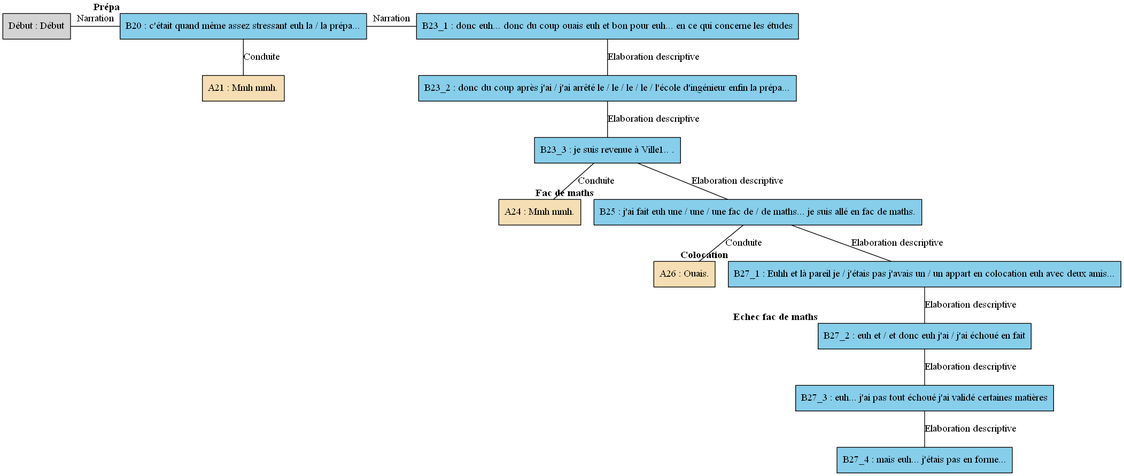
Earlier version of the Graphviz export arbres/Nord/Nord_-_A04.gv.png (AlaixComet/AnnotationSlamPTut). Its source is kept beside it as arbres/Nord/Nord_-_A04.gv.
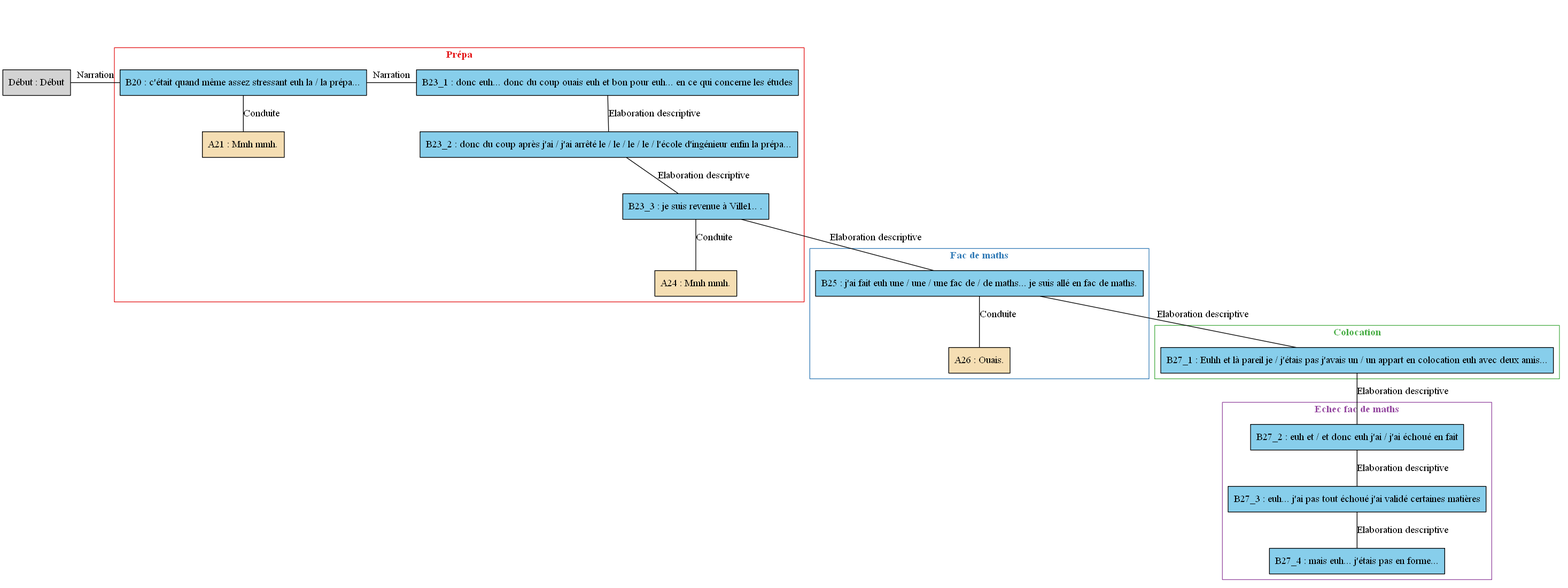
Above is the later version.

Diff of the diagram source:
```diff
@@ -1,38 +1,69 @@
 digraph A04 {
 	node [shape=box style=filled]
-	"Début" [label="Début : Début" xlabel=""]
-	B20 [label="B20 : c'était quand même assez stressant euh la / la prépa..." fillcolor=skyblue xlabel=<<B>Prépa</B>>]
-	A21 [label="A21 : Mmh mmh." fillcolor=wheat xlabel=""]
-	B23_1 [label="B23_1 : donc euh... donc du coup ouais euh et bon pour euh... en ce qui concerne les études" fillcolor=skyblue xlabel=""]
-	B23_2 [label="B23_2 : donc du coup après j'ai / j'ai arrêté le / le / le / le / l'école d'ingénieur enfin la prépa..." fillcolor=skyblue xlabel=""]
-	B23_3 [label="B23_3 : je suis revenue à Ville1.. ." fillcolor=skyblue xlabel=""]
-	A24 [label="A24 : Mmh mmh." fillcolor=wheat xlabel=""]
-	B25 [label="B25 : j'ai fait euh une / une / une fac de / de maths... je suis allé en fac de maths." fillcolor=skyblue xlabel=<<B>Fac de maths</B>>]
-	A26 [label="A26 : Ouais." fillcolor=wheat xlabel=""]
-	B27_1 [label="B27_1 : Euhh et là pareil je / j'étais pas j'avais un / un appart en colocation euh avec deux amis..." fillcolor=skyblue xlabel=<<B>Colocation</B>>]
-	B27_2 [label="B27_2 : euh et / et donc euh j'ai / j'ai échoué en fait" fillcolor=skyblue xlabel=<<B>Echec fac de maths</B>>]
-	B27_3 [label="B27_3 : euh... j'ai pas tout échoué j'ai validé certaines matières" fillcolor=skyblue xlabel=""]
-	B27_4 [label="B27_4 : mais euh... j'étais pas en forme..." fillcolor=skyblue xlabel=""]
-	{
-		rank=same
-		"Début"
+	newrank=true
+	zero [style=invis]
+	"Début" [label="Début : Début"]
+	B20 [label="B20 : c'était quand même assez stressant euh la / la prépa..." fillcolor=skyblue]
+	A21 [label="A21 : Mmh mmh." fillcolor=wheat]
+	B23_1 [label="B23_1 : donc euh... donc du coup ouais euh et bon pour euh... en ce qui concerne les études" fillcolor=skyblue]
+	B23_2 [label="B23_2 : donc du coup après j'ai / j'ai arrêté le / le / le / le / l'école d'ingénieur enfin la prépa..." fillcolor=skyblue]
+	B23_3 [label="B23_3 : je suis revenue à Ville1.. ." fillcolor=skyblue]
+	A24 [label="A24 : Mmh mmh." fillcolor=wheat]
+	B25 [label="B25 : j'ai fait euh une / une / une fac de / de maths... je suis allé en fac de maths." fillcolor=skyblue]
+	A26 [label="A26 : Ouais." fillcolor=wheat]
+	B27_1 [label="B27_1 : Euhh et là pareil je / j'étais pas j'avais un / un appart en colocation euh avec deux amis..." fillcolor=skyblue]
+	B27_2 [label="B27_2 : euh et / et donc euh j'ai / j'ai échoué en fait" fillcolor=skyblue]
+	B27_3 [label="B27_3 : euh... j'ai pas tout échoué j'ai validé certaines matières" fillcolor=skyblue]
+	B27_4 [label="B27_4 : mais euh... j'étais pas en forme..." fillcolor=skyblue]
+	zero -> "Début" [label="" style=invis]
+	zero -> B20 [style=invis weight=1]
+	"Début" -> B20 [label=Narration constraint=false dir=none]
+	B20 -> A21 [label=Conduite dir=none weight=2]
+	zero -> B23_1 [style=invis weight=1]
+	B20 -> B23_1 [label=Narration constraint=false dir=none]
+	B23_1 -> B23_2 [label="Elaboration descriptive" dir=none weight=2]
+	B23_2 -> B23_3 [label="Elaboration descriptive" dir=none weight=2]
+	B23_3 -> A24 [label=Conduite dir=none weight=2]
+	B23_3 -> B25 [label="Elaboration descriptive" dir=none weight=2]
+	B25 -> A26 [label=Conduite dir=none weight=2]
+	B25 -> B27_1 [label="Elaboration descriptive" dir=none weight=2]
+	B27_2 -> B27_3 [label="Elaboration descriptive" dir=none weight=2]
+	B27_1 -> B27_2 [label="Elaboration descriptive" dir=none weight=2]
+	B27_3 -> B27_4 [label="Elaboration descriptive" dir=none weight=2]
+	subgraph cluster_1 {
+		label=<<B>Prépa</B>>
+		colorscheme=set19
+		color=1
+		fontcolor=1
 		B20
-		"Début" -> B20 [label=Narration dir=none]
+		A21
+		B23_1
+		B23_2
+		B23_3
+		A24
 	}
-	B20 -> A21 [label=Conduite dir=none]
-	{
-		rank=same
-		B20
-		B23_1
-		B20 -> B23_1 [label=Narration dir=none]
+	subgraph cluster_2 {
+		label=<<B>Fac de maths</B>>
+		colorscheme=set19
+		color=2
+		fontcolor=2
+		B25
+		A26
 	}
-	B23_1 -> B23_2 [label="Elaboration descriptive" dir=none]
-	B23_2 -> B23_3 [label="Elaboration descriptive" dir=none]
-	B23_3 -> A24 [label=Conduite dir=none]
-	B23_3 -> B25 [label="Elaboration descriptive" dir=none]
-	B25 -> A26 [label=Conduite dir=none]
-	B25 -> B27_1 [label="Elaboration descriptive" dir=none]
-	B27_2 -> B27_3 [label="Elaboration descriptive" dir=none]
-	B27_1 -> B27_2 [label="Elaboration descriptive" dir=none]
-	B27_3 -> B27_4 [label="Elaboration descriptive" dir=none]
+	subgraph cluster_3 {
+		label=<<B>Colocation</B>>
+		colorscheme=set19
+		color=3
+		fontcolor=3
+		B27_1
+	}
+	subgraph cluster_4 {
+		label=<<B>Echec fac de maths</B>>
+		colorscheme=set19
+		color=4
+		fontcolor=4
+		B27_2
+		B27_3
+		B27_4
+	}
 }
```
